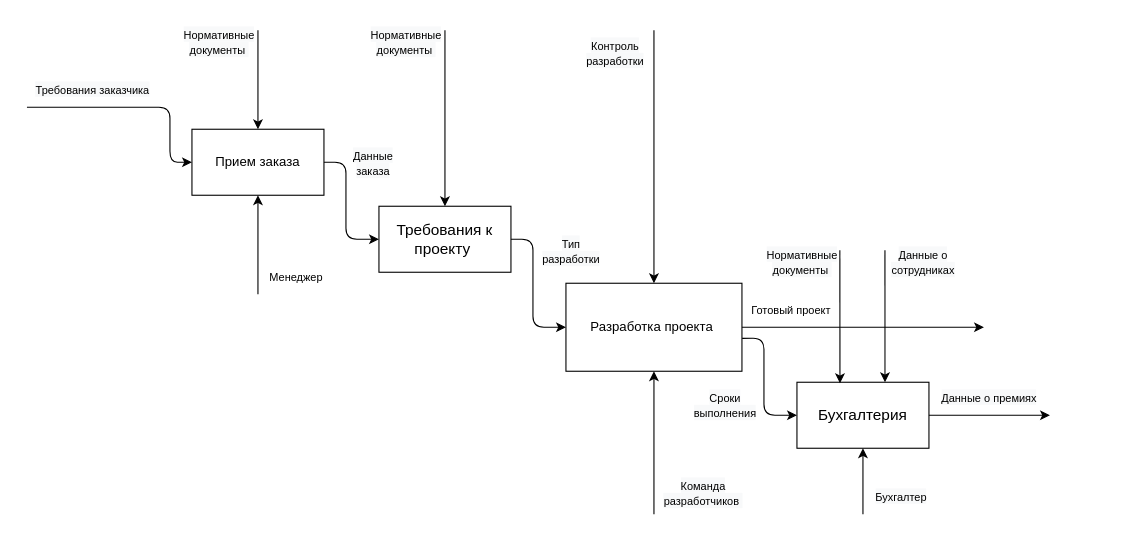
Above: page "2" (2 of 2) of Untitled Diagram.drawio in Youuuuuuuuuuu/xccd (draw.io), before the change. Source tidied: cells renumbered, new cells numbered last; positions are measured from the earlier drawing's top-left corner, leaving out a move shared by most shapes. Both pictures are drawn from the tidied source at 110%, with x=0, y=0 at pixel (26, 19).
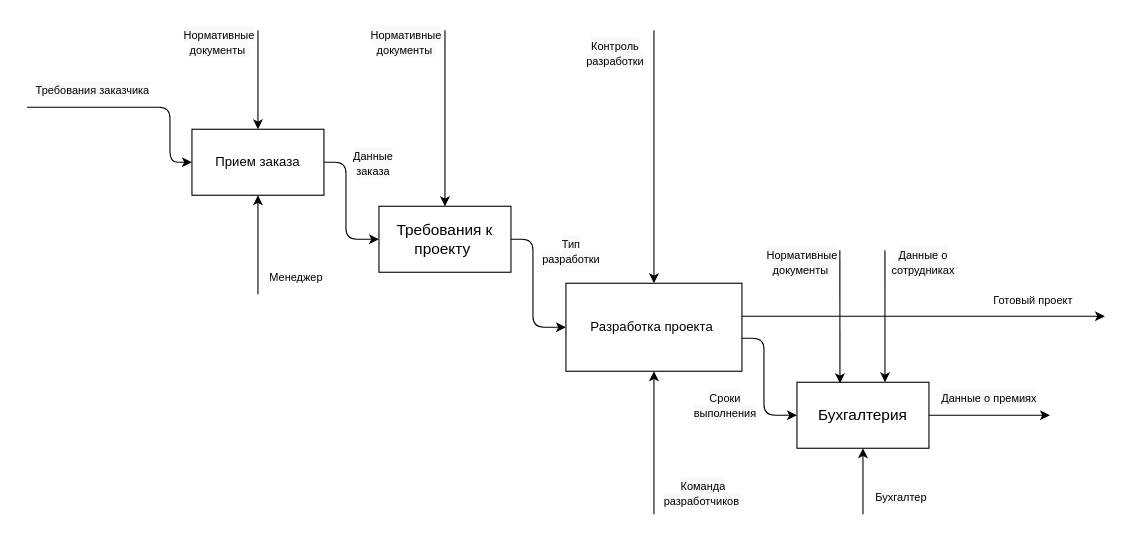
Above is the later version.

The change refers to these unchanged cells:
```xml
<mxCell id="9" value="Разработка проекта&amp;nbsp;" style="rounded=0;whiteSpace=wrap;html=1;" parent="1" vertex="1">
  <mxGeometry x="490" y="240" width="160" height="80" as="geometry" />
</mxCell>
```

The edit, as a diff of the source:
```diff
@@
-    <mxCell id="19" style="endArrow=classic;html=1;entryX=0;entryY=0.5;entryDx=0;entryDy=0;exitX=1.001;exitY=0.626;exitDx=0;exitDy=0;exitPerimeter=0;" parent="1" edge="1" source="9">
+    <mxCell id="19" style="endArrow=classic;html=1;entryX=0;entryY=0.5;entryDx=0;entryDy=0;exitX=1;exitY=0.625;exitDx=0;exitDy=0;exitPerimeter=0;" parent="1" edge="1" source="9">
       <mxGeometry relative="1" as="geometry">
         <mxPoint x="700" y="360" as="targetPoint" />
         <Array as="points">
           <mxPoint x="670" y="290" />
           <mxPoint x="670" y="360" />
         </Array>
       </mxGeometry>
     </mxCell>
@@
-    <mxCell id="32" style="endArrow=classic;html=1;exitX=1;exitY=0.5;exitDx=0;exitDy=0;" parent="1" edge="1" source="9">
+    <mxCell id="32" style="endArrow=classic;html=1;exitX=1;exitY=0.375;exitDx=0;exitDy=0;exitPerimeter=0;" parent="1" edge="1" source="9">
       <mxGeometry relative="1" as="geometry">
-        <mxPoint x="870" y="280" as="targetPoint" />
+        <mxPoint x="980" y="270" as="targetPoint" />
       </mxGeometry>
     </mxCell>
     <mxCell id="33" value="&lt;font face=&quot;helvetica&quot;&gt;&lt;span style=&quot;font-size: 10px&quot;&gt;Готовый проект&lt;/span&gt;&lt;/font&gt;" style="text;whiteSpace=wrap;html=1;align=center;" parent="1" vertex="1">
-      <mxGeometry x="650" y="250" width="90" height="20" as="geometry" />
+      <mxGeometry x="870" y="241" width="90" height="20" as="geometry" />
     </mxCell>
```
